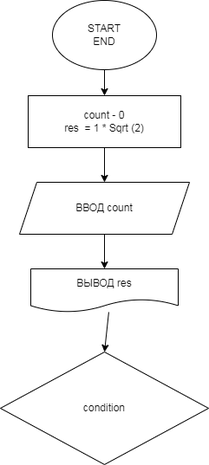
The draw.io diagram ex00.drawio.png in SerPozniakevich/practice_temp, before a commit. Source tidied: cells renumbered, new cells last; positions are measured from the earlier drawing's top-left corner, leaving out a move shared by most shapes. Source of this version:
```xml
<mxGraphModel>
  <root>
    <mxCell id="0" />
    <mxCell id="1" parent="0" />
    <mxCell id="2" style="edgeStyle=none;html=1;exitX=0.5;exitY=1;exitDx=0;exitDy=0;entryX=0.5;entryY=0;entryDx=0;entryDy=0;" parent="1" edge="1" source="3" target="5">
      <mxGeometry relative="1" as="geometry" />
    </mxCell>
    <mxCell id="3" value="START&lt;br&gt;END" style="ellipse;whiteSpace=wrap;html=1;" parent="1" vertex="1">
      <mxGeometry x="60" width="120" height="80" as="geometry" />
    </mxCell>
    <mxCell id="4" style="edgeStyle=none;html=1;exitX=0.5;exitY=1;exitDx=0;exitDy=0;entryX=0.5;entryY=0;entryDx=0;entryDy=0;" parent="1" edge="1" source="5" target="7">
      <mxGeometry relative="1" as="geometry" />
    </mxCell>
    <mxCell id="5" value="count - 0&lt;br&gt;res&amp;nbsp; = 1 * Sqrt (2)" style="whiteSpace=wrap;html=1;" parent="1" vertex="1">
      <mxGeometry x="32" y="110" width="176" height="60" as="geometry" />
    </mxCell>
    <mxCell id="6" style="edgeStyle=none;html=1;exitX=0.5;exitY=1;exitDx=0;exitDy=0;" parent="1" edge="1" source="7" target="8">
      <mxGeometry relative="1" as="geometry" />
    </mxCell>
    <mxCell id="7" value="ВВОД count" style="shape=parallelogram;perimeter=parallelogramPerimeter;whiteSpace=wrap;html=1;fixedSize=1;" parent="1" vertex="1">
      <mxGeometry x="22" y="210" width="196" height="60" as="geometry" />
    </mxCell>
    <mxCell id="8" value="ВЫВОД res" style="shape=document;whiteSpace=wrap;html=1;boundedLbl=1;" parent="1" vertex="1">
      <mxGeometry x="35" y="310" width="170" height="50" as="geometry" />
    </mxCell>
    <mxCell id="9" value="condition" style="rhombus;whiteSpace=wrap;html=1;" parent="1" vertex="1">
      <mxGeometry y="406" width="240" height="130" as="geometry" />
    </mxCell>
    <mxCell id="10" style="edgeStyle=none;html=1;exitX=0.529;exitY=1;exitDx=0;exitDy=0;exitPerimeter=0;entryX=0.5;entryY=0;entryDx=0;entryDy=0;" parent="1" edge="1" source="8" target="9">
      <mxGeometry relative="1" as="geometry" />
    </mxCell>
  </root>
</mxGraphModel>
```
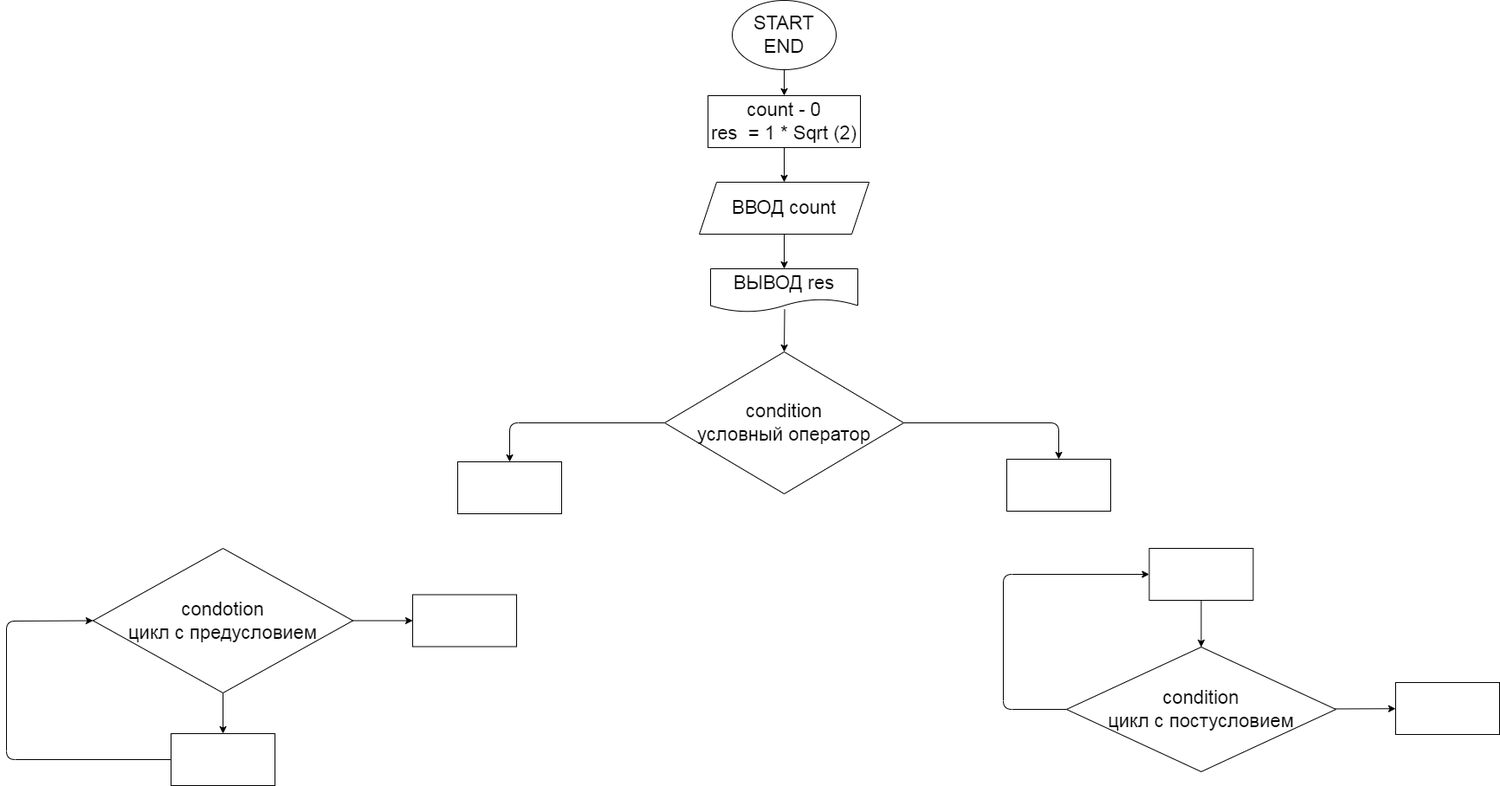
After the commit.

Commit message:
добавил описание вариативности циклов

Diff of the diagram source:
```diff
@@ -2,32 +2,98 @@
   <root>
     <mxCell id="0" />
     <mxCell id="1" parent="0" />
-    <mxCell id="2" style="edgeStyle=none;html=1;exitX=0.5;exitY=1;exitDx=0;exitDy=0;entryX=0.5;entryY=0;entryDx=0;entryDy=0;" parent="1" edge="1" source="3" target="5">
+    <mxCell id="2" style="edgeStyle=none;html=1;exitX=0.5;exitY=1;exitDx=0;exitDy=0;entryX=0.5;entryY=0;entryDx=0;entryDy=0;fontSize=22;" parent="1" edge="1" source="3" target="5">
       <mxGeometry relative="1" as="geometry" />
     </mxCell>
-    <mxCell id="3" value="START&lt;br&gt;END" style="ellipse;whiteSpace=wrap;html=1;" parent="1" vertex="1">
+    <mxCell id="3" value="START&lt;br style=&quot;font-size: 22px;&quot;&gt;END" style="ellipse;whiteSpace=wrap;html=1;fontSize=22;" parent="1" vertex="1">
       <mxGeometry x="60" width="120" height="80" as="geometry" />
     </mxCell>
-    <mxCell id="4" style="edgeStyle=none;html=1;exitX=0.5;exitY=1;exitDx=0;exitDy=0;entryX=0.5;entryY=0;entryDx=0;entryDy=0;" parent="1" edge="1" source="5" target="7">
+    <mxCell id="4" style="edgeStyle=none;html=1;exitX=0.5;exitY=1;exitDx=0;exitDy=0;entryX=0.5;entryY=0;entryDx=0;entryDy=0;fontSize=22;" parent="1" edge="1" source="5" target="7">
       <mxGeometry relative="1" as="geometry" />
     </mxCell>
-    <mxCell id="5" value="count - 0&lt;br&gt;res&amp;nbsp; = 1 * Sqrt (2)" style="whiteSpace=wrap;html=1;" parent="1" vertex="1">
+    <mxCell id="5" value="count - 0&lt;br style=&quot;font-size: 22px;&quot;&gt;res&amp;nbsp; = 1 * Sqrt (2)" style="whiteSpace=wrap;html=1;fontSize=22;" parent="1" vertex="1">
       <mxGeometry x="32" y="110" width="176" height="60" as="geometry" />
     </mxCell>
-    <mxCell id="6" style="edgeStyle=none;html=1;exitX=0.5;exitY=1;exitDx=0;exitDy=0;" parent="1" edge="1" source="7" target="8">
+    <mxCell id="6" style="edgeStyle=none;html=1;exitX=0.5;exitY=1;exitDx=0;exitDy=0;fontSize=22;" parent="1" edge="1" source="7" target="8">
       <mxGeometry relative="1" as="geometry" />
     </mxCell>
-    <mxCell id="7" value="ВВОД count" style="shape=parallelogram;perimeter=parallelogramPerimeter;whiteSpace=wrap;html=1;fixedSize=1;" parent="1" vertex="1">
+    <mxCell id="7" value="ВВОД count" style="shape=parallelogram;perimeter=parallelogramPerimeter;whiteSpace=wrap;html=1;fixedSize=1;fontSize=22;" parent="1" vertex="1">
       <mxGeometry x="22" y="210" width="196" height="60" as="geometry" />
     </mxCell>
-    <mxCell id="8" value="ВЫВОД res" style="shape=document;whiteSpace=wrap;html=1;boundedLbl=1;" parent="1" vertex="1">
+    <mxCell id="8" value="ВЫВОД res" style="shape=document;whiteSpace=wrap;html=1;boundedLbl=1;fontSize=22;" parent="1" vertex="1">
       <mxGeometry x="35" y="310" width="170" height="50" as="geometry" />
     </mxCell>
+    <mxCell id="11" style="edgeStyle=none;html=1;exitX=0;exitY=0.5;exitDx=0;exitDy=0;fontSize=22;" parent="1" edge="1" source="9" target="19">
+      <mxGeometry relative="1" as="geometry">
+        <Array as="points">
+          <mxPoint x="-197" y="488" />
+        </Array>
+      </mxGeometry>
+    </mxCell>
+    <mxCell id="12" style="edgeStyle=none;html=1;entryX=0.5;entryY=0;entryDx=0;entryDy=0;fontSize=22;" parent="1" edge="1" source="9" target="20">
+      <mxGeometry relative="1" as="geometry">
+        <Array as="points">
+          <mxPoint x="437" y="488" />
+        </Array>
+      </mxGeometry>
+    </mxCell>
-    <mxCell id="9" value="condition" style="rhombus;whiteSpace=wrap;html=1;" parent="1" vertex="1">
-      <mxGeometry y="406" width="240" height="130" as="geometry" />
+    <mxCell id="9" value="condition&lt;br&gt;условный оператор" style="rhombus;whiteSpace=wrap;html=1;fontSize=22;" parent="1" vertex="1">
+      <mxGeometry x="-18" y="406" width="276" height="164" as="geometry" />
     </mxCell>
-    <mxCell id="10" style="edgeStyle=none;html=1;exitX=0.529;exitY=1;exitDx=0;exitDy=0;exitPerimeter=0;entryX=0.5;entryY=0;entryDx=0;entryDy=0;" parent="1" edge="1" source="8" target="9">
+    <mxCell id="10" style="edgeStyle=none;html=1;exitX=0.503;exitY=0.937;exitDx=0;exitDy=0;exitPerimeter=0;entryX=0.5;entryY=0;entryDx=0;entryDy=0;fontSize=22;" parent="1" edge="1" source="8" target="9">
       <mxGeometry relative="1" as="geometry" />
     </mxCell>
+    <mxCell id="13" style="edgeStyle=none;html=1;exitX=0.5;exitY=1;exitDx=0;exitDy=0;entryX=0.5;entryY=0;entryDx=0;entryDy=0;fontSize=22;" parent="1" edge="1" source="15" target="17">
+      <mxGeometry relative="1" as="geometry" />
+    </mxCell>
+    <mxCell id="14" style="edgeStyle=none;html=1;exitX=1;exitY=0.5;exitDx=0;exitDy=0;entryX=0;entryY=0.5;entryDx=0;entryDy=0;fontSize=22;" parent="1" edge="1" source="15" target="18">
+      <mxGeometry relative="1" as="geometry" />
+    </mxCell>
+    <mxCell id="15" value="condotion&lt;br&gt;цикл с предусловием" style="rhombus;whiteSpace=wrap;html=1;fontSize=22;" parent="1" vertex="1">
+      <mxGeometry x="-678" y="633" width="300" height="167" as="geometry" />
+    </mxCell>
+    <mxCell id="16" style="edgeStyle=none;html=1;exitX=0;exitY=0.5;exitDx=0;exitDy=0;entryX=0;entryY=0.5;entryDx=0;entryDy=0;fontSize=22;" parent="1" edge="1" source="17" target="15">
+      <mxGeometry relative="1" as="geometry">
+        <Array as="points">
+          <mxPoint x="-778" y="877" />
+          <mxPoint x="-778" y="717" />
+        </Array>
+      </mxGeometry>
+    </mxCell>
+    <mxCell id="17" style="whiteSpace=wrap;html=1;fontSize=22;" parent="1" vertex="1">
+      <mxGeometry x="-588" y="847" width="120" height="60" as="geometry" />
+    </mxCell>
+    <mxCell id="18" style="whiteSpace=wrap;html=1;fontSize=22;" parent="1" vertex="1">
+      <mxGeometry x="-309" y="686.5" width="120" height="60" as="geometry" />
+    </mxCell>
+    <mxCell id="19" style="whiteSpace=wrap;html=1;fontSize=22;" parent="1" vertex="1">
+      <mxGeometry x="-257" y="533" width="120" height="60" as="geometry" />
+    </mxCell>
+    <mxCell id="20" style="whiteSpace=wrap;html=1;fontSize=22;" parent="1" vertex="1">
+      <mxGeometry x="377" y="530" width="120" height="60" as="geometry" />
+    </mxCell>
+    <mxCell id="21" style="edgeStyle=none;html=1;fontSize=22;" parent="1" edge="1" source="23" target="24">
+      <mxGeometry relative="1" as="geometry" />
+    </mxCell>
+    <mxCell id="22" style="edgeStyle=none;html=1;exitX=0;exitY=0.5;exitDx=0;exitDy=0;entryX=0;entryY=0.5;entryDx=0;entryDy=0;fontSize=22;" parent="1" edge="1" source="23" target="26">
+      <mxGeometry relative="1" as="geometry">
+        <Array as="points">
+          <mxPoint x="373" y="819" />
+          <mxPoint x="373" y="663" />
+        </Array>
+      </mxGeometry>
+    </mxCell>
+    <mxCell id="23" value="condition&lt;br&gt;цикл с постусловием&lt;br&gt;" style="rhombus;whiteSpace=wrap;html=1;fontSize=22;" parent="1" vertex="1">
+      <mxGeometry x="446" y="747" width="311" height="144" as="geometry" />
+    </mxCell>
+    <mxCell id="24" style="whiteSpace=wrap;html=1;fontSize=22;" parent="1" vertex="1">
+      <mxGeometry x="826" y="788" width="120" height="60" as="geometry" />
+    </mxCell>
+    <mxCell id="25" style="edgeStyle=none;html=1;exitX=0.5;exitY=1;exitDx=0;exitDy=0;entryX=0.5;entryY=0;entryDx=0;entryDy=0;fontSize=22;" parent="1" edge="1" source="26" target="23">
+      <mxGeometry relative="1" as="geometry" />
+    </mxCell>
+    <mxCell id="26" style="whiteSpace=wrap;html=1;fontSize=22;" parent="1" vertex="1">
+      <mxGeometry x="541.5" y="633" width="120" height="60" as="geometry" />
+    </mxCell>
   </root>
 </mxGraphModel>
```
